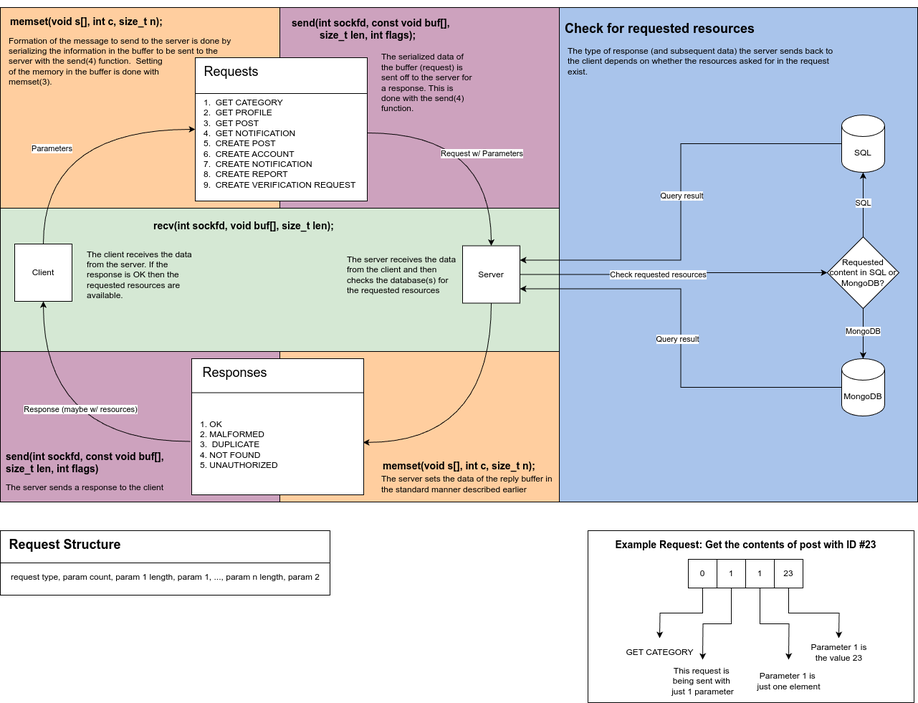
Earlier version of the draw.io export documentation/client-server-communication/client-server-communication.drawio.png (CordusBailey02/CSC-532-Project). Source tidied: cells renumbered, new cells last; positions are measured from the earlier drawing's top-left corner, leaving out a move shared by most shapes.
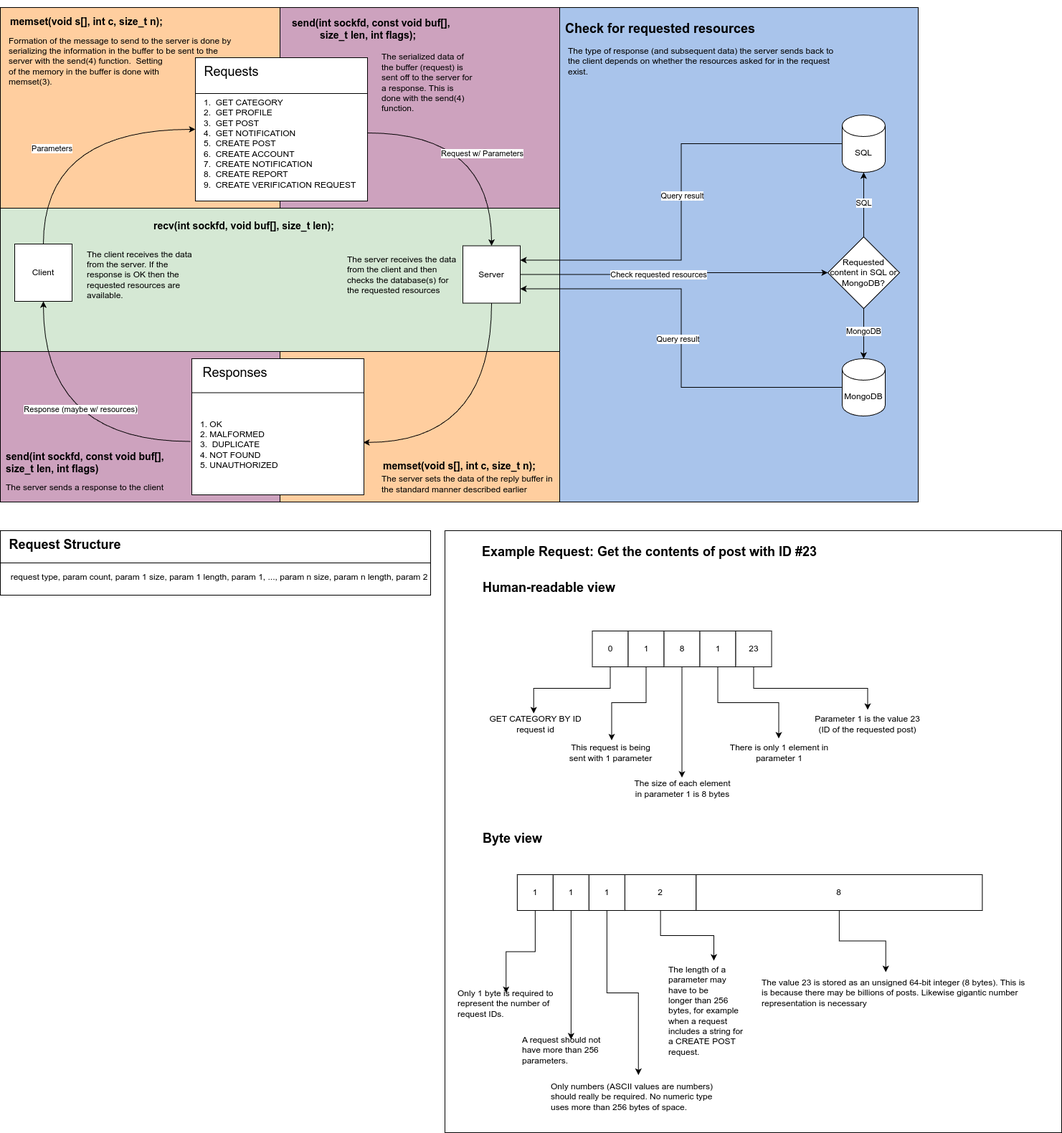
After the commit.

Commit message:
Updated request structure for client-server communication documentation graphic

What changed in the source:
```diff
@@ -119,67 +119,23 @@
       <mxGeometry x="530" y="80" width="130" height="70" as="geometry" />
     </mxCell>
     <mxCell id="38" style="rounded=0;whiteSpace=wrap;html=1;" parent="1" vertex="1">
-      <mxGeometry y="740" width="460" height="90" as="geometry" />
+      <mxGeometry y="740" width="600" height="90" as="geometry" />
     </mxCell>
     <mxCell id="39" value="&lt;h2&gt;Request Structure&lt;/h2&gt;" style="text;html=1;align=center;verticalAlign=middle;strokeColor=none;fillColor=none;" parent="1" vertex="1">
       <mxGeometry y="730" width="180" height="60" as="geometry" />
     </mxCell>
-    <mxCell id="40" value="request type, param count, param 1 length, param 1, ..., param n length, param 2" style="text;html=1;align=center;verticalAlign=middle;strokeColor=none;fillColor=none;" parent="1" vertex="1">
-      <mxGeometry x="5" y="790" width="450" height="30" as="geometry" />
+    <mxCell id="40" value="request type, param count, param 1 size, param 1 length, param 1, ..., param n size, param n length, param 2" style="text;html=1;align=center;verticalAlign=middle;strokeColor=none;fillColor=none;" parent="1" vertex="1">
+      <mxGeometry y="790" width="610" height="30" as="geometry" />
     </mxCell>
     <mxCell id="41" style="endArrow=none;html=1;rounded=0;entryX=1;entryY=0.5;entryDx=0;entryDy=0;exitX=0;exitY=0.5;exitDx=0;exitDy=0;" parent="1" edge="1" source="38" target="38">
       <mxGeometry relative="1" as="geometry" />
     </mxCell>
     <mxCell id="42" style="rounded=0;whiteSpace=wrap;html=1;" parent="1" vertex="1">
-      <mxGeometry x="820" y="740" width="455" height="240" as="geometry" />
+      <mxGeometry x="620" y="740" width="860" height="840" as="geometry" />
     </mxCell>
-    <mxCell id="43" value="&lt;h3&gt;Example Request: Get the contents of post with ID #23&lt;/h3&gt;" style="text;html=1;align=center;verticalAlign=middle;strokeColor=none;fillColor=none;" parent="1" vertex="1">
-      <mxGeometry x="845" y="730" width="390" height="60" as="geometry" />
+    <mxCell id="43" value="&lt;h2&gt;Example Request: Get the contents of post with ID #23&lt;/h2&gt;" style="text;html=1;align=center;verticalAlign=middle;strokeColor=none;fillColor=none;" parent="1" vertex="1">
+      <mxGeometry x="660" y="740" width="490" height="60" as="geometry" />
     </mxCell>
-    <mxCell id="44" style="edgeStyle=orthogonalEdgeStyle;rounded=0;jettySize=auto;html=1;exitX=0.5;exitY=1;exitDx=0;exitDy=0;" parent="1" edge="1" source="45">
-      <mxGeometry relative="1" as="geometry">
-        <mxPoint x="920" y="890" as="targetPoint" />
-      </mxGeometry>
-    </mxCell>
-    <mxCell id="45" value="0" style="whiteSpace=wrap;html=1;" parent="1" vertex="1">
-      <mxGeometry x="960" y="780" width="40" height="40" as="geometry" />
-    </mxCell>
-    <mxCell id="46" style="edgeStyle=orthogonalEdgeStyle;rounded=0;jettySize=auto;html=1;exitX=0.5;exitY=1;exitDx=0;exitDy=0;" parent="1" edge="1" source="47">
-      <mxGeometry relative="1" as="geometry">
-        <mxPoint x="980" y="920" as="targetPoint" />
-      </mxGeometry>
-    </mxCell>
-    <mxCell id="47" value="1" style="whiteSpace=wrap;html=1;" parent="1" vertex="1">
-      <mxGeometry x="1000" y="780" width="40" height="40" as="geometry" />
-    </mxCell>
-    <mxCell id="48" style="edgeStyle=orthogonalEdgeStyle;rounded=0;jettySize=auto;html=1;exitX=0.5;exitY=1;exitDx=0;exitDy=0;" parent="1" edge="1" source="49">
-      <mxGeometry relative="1" as="geometry">
-        <mxPoint x="1100" y="920" as="targetPoint" />
-      </mxGeometry>
-    </mxCell>
-    <mxCell id="49" value="1" style="whiteSpace=wrap;html=1;" parent="1" vertex="1">
-      <mxGeometry x="1040" y="780" width="40" height="40" as="geometry" />
-    </mxCell>
-    <mxCell id="50" style="edgeStyle=orthogonalEdgeStyle;rounded=0;jettySize=auto;html=1;exitX=0.5;exitY=1;exitDx=0;exitDy=0;" parent="1" edge="1" source="51">
-      <mxGeometry relative="1" as="geometry">
-        <mxPoint x="1170" y="890" as="targetPoint" />
-      </mxGeometry>
-    </mxCell>
-    <mxCell id="51" value="23" style="whiteSpace=wrap;html=1;" parent="1" vertex="1">
-      <mxGeometry x="1080" y="780" width="40" height="40" as="geometry" />
-    </mxCell>
-    <mxCell id="52" value="GET CATEGORY" style="text;html=1;align=center;verticalAlign=middle;strokeColor=none;fillColor=none;" parent="1" vertex="1">
-      <mxGeometry x="860" y="895" width="120" height="30" as="geometry" />
-    </mxCell>
-    <mxCell id="53" value="This request is&amp;nbsp;&lt;div&gt;being&amp;nbsp;&lt;span style=&quot;background-color: initial;&quot;&gt;sent with&amp;nbsp;&lt;/span&gt;&lt;/div&gt;&lt;div&gt;&lt;span style=&quot;background-color: initial;&quot;&gt;just 1&amp;nbsp;&lt;/span&gt;&lt;span style=&quot;background-color: initial;&quot;&gt;parameter&lt;/span&gt;&lt;/div&gt;" style="text;html=1;align=center;verticalAlign=middle;strokeColor=none;fillColor=none;" parent="1" vertex="1">
-      <mxGeometry x="925" y="920" width="110" height="60" as="geometry" />
-    </mxCell>
-    <mxCell id="54" value="Parameter 1 is&amp;nbsp;&lt;div&gt;just one element&lt;/div&gt;" style="text;html=1;align=center;verticalAlign=middle;strokeColor=none;fillColor=none;" parent="1" vertex="1">
-      <mxGeometry x="1045" y="930" width="110" height="40" as="geometry" />
-    </mxCell>
-    <mxCell id="55" value="Parameter 1 is&lt;div&gt;the value 23&lt;/div&gt;" style="text;html=1;align=center;verticalAlign=middle;strokeColor=none;fillColor=none;" parent="1" vertex="1">
-      <mxGeometry x="1120" y="890" width="100" height="40" as="geometry" />
-    </mxCell>
     <mxCell id="56" value="&lt;h2&gt;Check for requested resources&lt;/h2&gt;" style="text;html=1;align=center;verticalAlign=middle;strokeColor=none;fillColor=none;" parent="1" vertex="1">
       <mxGeometry x="775" y="10" width="290" height="60" as="geometry" />
     </mxCell>
@@ -221,5 +177,101 @@
         <mxPoint x="-1" as="offset" />
       </mxGeometry>
     </mxCell>
+    <mxCell id="45" value="0" style="whiteSpace=wrap;html=1;" parent="1" vertex="1">
+      <mxGeometry x="825.5" y="880" width="50" height="50" as="geometry" />
+    </mxCell>
+    <mxCell id="69" value="1" style="whiteSpace=wrap;html=1;" parent="1" vertex="1">
+      <mxGeometry x="875.5" y="880" width="50" height="50" as="geometry" />
+    </mxCell>
+    <mxCell id="70" value="8" style="whiteSpace=wrap;html=1;" parent="1" vertex="1">
+      <mxGeometry x="925.5" y="880" width="50" height="50" as="geometry" />
+    </mxCell>
+    <mxCell id="71" style="edgeStyle=orthogonalEdgeStyle;rounded=0;jettySize=auto;html=1;exitX=0.5;exitY=1;exitDx=0;exitDy=0;" parent="1" edge="1" source="72" target="77">
+      <mxGeometry relative="1" as="geometry" />
+    </mxCell>
+    <mxCell id="72" value="1" style="whiteSpace=wrap;html=1;" parent="1" vertex="1">
+      <mxGeometry x="975.5" y="880" width="50" height="50" as="geometry" />
+    </mxCell>
+    <mxCell id="73" style="edgeStyle=orthogonalEdgeStyle;rounded=0;jettySize=auto;html=1;exitX=0.5;exitY=1;exitDx=0;exitDy=0;" parent="1" edge="1" source="51" target="78">
+      <mxGeometry relative="1" as="geometry" />
+    </mxCell>
+    <mxCell id="51" value="23" style="whiteSpace=wrap;html=1;" parent="1" vertex="1">
+      <mxGeometry x="1025.5" y="880" width="50" height="50" as="geometry" />
+    </mxCell>
+    <mxCell id="74" value="GET CATEGORY BY ID&lt;div&gt;request id&lt;/div&gt;" style="text;html=1;align=center;verticalAlign=middle;points=[];strokeColor=none;fillColor=none;" parent="1" vertex="1">
+      <mxGeometry x="670.5" y="990" width="150" height="40" as="geometry" />
+    </mxCell>
+    <mxCell id="75" value="This request is being&lt;div&gt;sent with 1 parameter&lt;/div&gt;" style="text;html=1;align=center;verticalAlign=middle;points=[];strokeColor=none;fillColor=none;" parent="1" vertex="1">
+      <mxGeometry x="780.5" y="1030" width="140" height="40" as="geometry" />
+    </mxCell>
+    <mxCell id="76" value="The size of each element&lt;div&gt;in parameter 1 is 8 bytes&lt;/div&gt;" style="text;html=1;align=center;verticalAlign=middle;points=[];strokeColor=none;fillColor=none;" parent="1" vertex="1">
+      <mxGeometry x="870.5" y="1080" width="160" height="40" as="geometry" />
+    </mxCell>
+    <mxCell id="77" value="There is only 1 element in&lt;div&gt;parameter 1&lt;/div&gt;" style="text;html=1;align=center;verticalAlign=middle;points=[];strokeColor=none;fillColor=none;" parent="1" vertex="1">
+      <mxGeometry x="1005.5" y="1030" width="160" height="40" as="geometry" />
+    </mxCell>
+    <mxCell id="78" value="Parameter 1 is the value 23&lt;div&gt;(ID of the requested post)&lt;/div&gt;" style="text;html=1;align=center;verticalAlign=middle;points=[];strokeColor=none;fillColor=none;" parent="1" vertex="1">
+      <mxGeometry x="1124.5" y="990" width="170" height="40" as="geometry" />
+    </mxCell>
+    <mxCell id="79" style="edgeStyle=orthogonalEdgeStyle;rounded=0;jettySize=auto;html=1;exitX=0.5;exitY=1;exitDx=0;exitDy=0;entryX=0.488;entryY=0.125;entryDx=0;entryDy=0;entryPerimeter=0;" parent="1" edge="1" source="45" target="74">
+      <mxGeometry relative="1" as="geometry" />
+    </mxCell>
+    <mxCell id="80" style="edgeStyle=orthogonalEdgeStyle;rounded=0;jettySize=auto;html=1;exitX=0.5;exitY=1;exitDx=0;exitDy=0;entryX=0.514;entryY=0.063;entryDx=0;entryDy=0;entryPerimeter=0;" parent="1" edge="1" source="69" target="75">
+      <mxGeometry relative="1" as="geometry" />
+    </mxCell>
+    <mxCell id="81" style="edgeStyle=orthogonalEdgeStyle;rounded=0;jettySize=auto;html=1;exitX=0.5;exitY=1;exitDx=0;exitDy=0;entryX=0.5;entryY=0.113;entryDx=0;entryDy=0;entryPerimeter=0;" parent="1" edge="1" source="70" target="76">
+      <mxGeometry relative="1" as="geometry" />
+    </mxCell>
+    <mxCell id="82" value="&lt;h2&gt;Human-readable view&lt;/h2&gt;" style="text;html=1;align=center;verticalAlign=middle;strokeColor=none;fillColor=none;" parent="1" vertex="1">
+      <mxGeometry x="660" y="790" width="210" height="60" as="geometry" />
+    </mxCell>
+    <mxCell id="83" value="&lt;h2&gt;Byte view&lt;/h2&gt;" style="text;html=1;align=left;verticalAlign=middle;strokeColor=none;fillColor=none;" parent="1" vertex="1">
+      <mxGeometry x="670.5" y="1140" width="110" height="60" as="geometry" />
+    </mxCell>
+    <mxCell id="84" style="edgeStyle=orthogonalEdgeStyle;rounded=0;jettySize=auto;html=1;exitX=0.5;exitY=1;exitDx=0;exitDy=0;" parent="1" edge="1" source="85" target="91">
+      <mxGeometry relative="1" as="geometry" />
+    </mxCell>
+    <mxCell id="85" value="1" style="whiteSpace=wrap;html=1;" parent="1" vertex="1">
+      <mxGeometry x="720.9" y="1220" width="50" height="50" as="geometry" />
+    </mxCell>
+    <mxCell id="86" style="edgeStyle=orthogonalEdgeStyle;rounded=0;jettySize=auto;html=1;exitX=0.5;exitY=1;exitDx=0;exitDy=0;entryX=0.5;entryY=0;entryDx=0;entryDy=0;" parent="1" edge="1" source="87" target="92">
+      <mxGeometry relative="1" as="geometry" />
+    </mxCell>
+    <mxCell id="87" value="1" style="whiteSpace=wrap;html=1;" parent="1" vertex="1">
+      <mxGeometry x="770.9" y="1220" width="50" height="50" as="geometry" />
+    </mxCell>
+    <mxCell id="88" style="edgeStyle=orthogonalEdgeStyle;rounded=0;jettySize=auto;html=1;exitX=0.5;exitY=1;exitDx=0;exitDy=0;" parent="1" edge="1" source="89" target="96">
+      <mxGeometry relative="1" as="geometry" />
+    </mxCell>
+    <mxCell id="89" value="2" style="rounded=0;whiteSpace=wrap;html=1;" parent="1" vertex="1">
+      <mxGeometry x="870.9" y="1220" width="99.5" height="50" as="geometry" />
+    </mxCell>
+    <mxCell id="90" value="8" style="rounded=0;whiteSpace=wrap;html=1;" parent="1" vertex="1">
+      <mxGeometry x="970.3" y="1220" width="399.1" height="50" as="geometry" />
+    </mxCell>
+    <mxCell id="91" value="Only 1 byte is required to represent the number of request IDs.&amp;nbsp;" style="text;html=1;align=left;verticalAlign=middle;whiteSpace=wrap;rounded=0;" parent="1" vertex="1">
+      <mxGeometry x="635.5" y="1385" width="139.5" height="30" as="geometry" />
+    </mxCell>
+    <mxCell id="92" value="A request should not have more than 256 parameters." style="text;html=1;align=left;verticalAlign=middle;whiteSpace=wrap;rounded=0;" parent="1" vertex="1">
+      <mxGeometry x="726.1" y="1450" width="139.5" height="30" as="geometry" />
+    </mxCell>
+    <mxCell id="93" value="Only numbers (ASCII values are numbers)&amp;nbsp;&lt;div&gt;should really be required. No numeric type&amp;nbsp;&lt;/div&gt;&lt;div&gt;uses more than 256 bytes of space.&lt;/div&gt;" style="text;html=1;align=left;verticalAlign=middle;points=[];strokeColor=none;fillColor=none;" parent="1" vertex="1">
+      <mxGeometry x="765.5" y="1500" width="250" height="60" as="geometry" />
+    </mxCell>
+    <mxCell id="94" value="1" style="whiteSpace=wrap;html=1;" parent="1" vertex="1">
+      <mxGeometry x="820.9" y="1220" width="50" height="50" as="geometry" />
+    </mxCell>
+    <mxCell id="95" style="edgeStyle=orthogonalEdgeStyle;rounded=0;jettySize=auto;html=1;exitX=0.5;exitY=1;exitDx=0;exitDy=0;entryX=0.497;entryY=-0.008;entryDx=0;entryDy=0;entryPerimeter=0;" parent="1" edge="1" source="94" target="93">
+      <mxGeometry relative="1" as="geometry" />
+    </mxCell>
+    <mxCell id="96" value="The length of a&amp;nbsp;&lt;div&gt;parameter may&amp;nbsp;&lt;div&gt;have to be&amp;nbsp;&lt;/div&gt;&lt;div&gt;longer than 256&amp;nbsp;&lt;/div&gt;&lt;div&gt;bytes, for&amp;nbsp;&lt;span style=&quot;background-color: initial;&quot;&gt;example&amp;nbsp;&lt;/span&gt;&lt;/div&gt;&lt;div&gt;&lt;span style=&quot;background-color: initial;&quot;&gt;when a request&lt;/span&gt;&lt;/div&gt;&lt;div&gt;&lt;span style=&quot;background-color: initial;&quot;&gt;includes&amp;nbsp;&lt;/span&gt;&lt;span style=&quot;background-color: initial;&quot;&gt;a string for&lt;/span&gt;&lt;/div&gt;&lt;div&gt;&lt;span style=&quot;background-color: initial;&quot;&gt;a CREATE POST&amp;nbsp;&lt;/span&gt;&lt;/div&gt;&lt;div&gt;&lt;span style=&quot;background-color: initial;&quot;&gt;request.&lt;/span&gt;&lt;/div&gt;&lt;/div&gt;" style="text;html=1;align=left;verticalAlign=middle;points=[];strokeColor=none;fillColor=none;" parent="1" vertex="1">
+      <mxGeometry x="930" y="1340" width="130" height="140" as="geometry" />
+    </mxCell>
+    <mxCell id="97" value="The value 23 is stored as an unsigned 64-bit integer (8 bytes). This is&lt;div&gt;is because there may be billions of posts. Likewise gigantic number&lt;/div&gt;&lt;div&gt;representation is necessary&lt;/div&gt;" style="text;html=1;align=left;verticalAlign=middle;points=[];strokeColor=none;fillColor=none;" parent="1" vertex="1">
+      <mxGeometry x="1060" y="1355" width="390" height="60" as="geometry" />
+    </mxCell>
+    <mxCell id="98" style="edgeStyle=orthogonalEdgeStyle;rounded=0;jettySize=auto;html=1;exitX=0.5;exitY=1;exitDx=0;exitDy=0;entryX=0.448;entryY=0.017;entryDx=0;entryDy=0;entryPerimeter=0;" parent="1" edge="1" source="90" target="97">
+      <mxGeometry relative="1" as="geometry" />
+    </mxCell>
   </root>
 </mxGraphModel>
```
